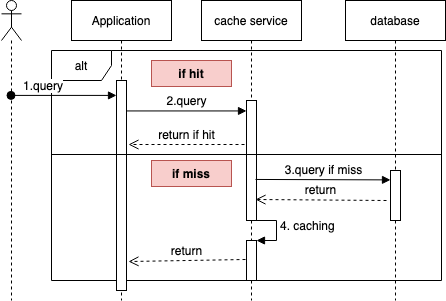
Before: cache-aside.png, a diagram exported from draw.io (GallantKong/diagram). Source tidied: cells renumbered, new cells last; positions are measured from the earlier drawing's top-left corner, leaving out a move shared by most shapes. The source it was exported from:
```xml
<mxGraphModel>
  <root>
    <mxCell id="0" />
    <mxCell id="1" parent="0" />
    <mxCell id="2" value="alt" style="shape=umlFrame;whiteSpace=wrap;html=1;" parent="1" vertex="1">
      <mxGeometry x="50" y="50" width="390" height="230" as="geometry" />
    </mxCell>
    <mxCell id="3" style="shape=umlLifeline;participant=umlActor;perimeter=lifelinePerimeter;whiteSpace=wrap;html=1;verticalAlign=top;spacingTop=36;outlineConnect=0;" parent="1" vertex="1">
      <mxGeometry width="20" height="300" as="geometry" />
    </mxCell>
    <mxCell id="4" value="Application" style="shape=umlLifeline;perimeter=lifelinePerimeter;whiteSpace=wrap;html=1;" parent="1" vertex="1">
      <mxGeometry x="70" width="100" height="300" as="geometry" />
    </mxCell>
    <mxCell id="5" style="html=1;points=[];perimeter=orthogonalPerimeter;" parent="4" vertex="1">
      <mxGeometry x="45" y="80" width="10" height="210" as="geometry" />
    </mxCell>
    <mxCell id="6" value="cache service" style="shape=umlLifeline;perimeter=lifelinePerimeter;whiteSpace=wrap;html=1;" parent="1" vertex="1">
      <mxGeometry x="200" width="100" height="300" as="geometry" />
    </mxCell>
    <mxCell id="7" style="html=1;points=[];perimeter=orthogonalPerimeter;" parent="6" vertex="1">
      <mxGeometry x="45" y="100" width="10" height="120" as="geometry" />
    </mxCell>
    <mxCell id="8" style="html=1;points=[];perimeter=orthogonalPerimeter;" parent="6" vertex="1">
      <mxGeometry x="45" y="240" width="10" height="40" as="geometry" />
    </mxCell>
    <mxCell id="9" value="4. caching" style="edgeStyle=orthogonalEdgeStyle;html=1;align=left;spacingLeft=2;endArrow=block;rounded=0;entryX=1;entryY=0;" parent="6" edge="1" target="8">
      <mxGeometry relative="1" as="geometry">
        <mxPoint x="45" y="220" as="sourcePoint" />
        <Array as="points">
          <mxPoint x="75" y="220" />
        </Array>
      </mxGeometry>
    </mxCell>
    <mxCell id="10" value="database" style="shape=umlLifeline;perimeter=lifelinePerimeter;whiteSpace=wrap;html=1;" parent="1" vertex="1">
      <mxGeometry x="344" width="100" height="300" as="geometry" />
    </mxCell>
    <mxCell id="11" style="html=1;points=[];perimeter=orthogonalPerimeter;" parent="10" vertex="1">
      <mxGeometry x="45" y="170" width="10" height="50" as="geometry" />
    </mxCell>
    <mxCell id="12" value="1.query" style="html=1;verticalAlign=bottom;startArrow=oval;endArrow=block;startSize=8;entryX=0;entryY=0.071;entryDx=0;entryDy=0;entryPerimeter=0;align=right;" parent="1" edge="1" source="3" target="5">
      <mxGeometry relative="1" as="geometry" />
    </mxCell>
    <mxCell id="13" value="2.query" style="html=1;verticalAlign=bottom;endArrow=block;entryX=0;entryY=0.087;entryDx=0;entryDy=0;entryPerimeter=0;" parent="1" edge="1" source="5" target="7">
      <mxGeometry relative="1" as="geometry" />
    </mxCell>
    <mxCell id="14" value="return if hit" style="html=1;verticalAlign=bottom;endArrow=open;dashed=1;endSize=8;" parent="1" edge="1">
      <mxGeometry relative="1" as="geometry">
        <mxPoint x="243" y="144" as="sourcePoint" />
        <mxPoint x="127" y="144" as="targetPoint" />
      </mxGeometry>
    </mxCell>
    <mxCell id="15" value="3.query if miss" style="html=1;verticalAlign=bottom;endArrow=block;entryX=0;entryY=0.188;entryDx=0;entryDy=0;entryPerimeter=0;exitX=0.9;exitY=0.658;exitDx=0;exitDy=0;exitPerimeter=0;" parent="1" edge="1" source="7" target="11">
      <mxGeometry relative="1" as="geometry" />
    </mxCell>
    <mxCell id="16" value="return" style="html=1;verticalAlign=bottom;endArrow=open;dashed=1;endSize=8;entryX=0.9;entryY=0.825;entryDx=0;entryDy=0;entryPerimeter=0;" parent="1" edge="1" target="7">
      <mxGeometry relative="1" as="geometry">
        <mxPoint x="385" y="200" as="sourcePoint" />
      </mxGeometry>
    </mxCell>
    <mxCell id="17" value="return" style="html=1;verticalAlign=bottom;endArrow=open;dashed=1;endSize=8;exitX=-0.1;exitY=0.475;exitDx=0;exitDy=0;exitPerimeter=0;entryX=1.2;entryY=0.862;entryDx=0;entryDy=0;entryPerimeter=0;" parent="1" edge="1" source="8" target="5">
      <mxGeometry relative="1" as="geometry" />
    </mxCell>
    <mxCell id="18" style="line;strokeWidth=1;fillColor=none;align=left;verticalAlign=middle;spacingTop=-1;spacingLeft=3;spacingRight=3;labelPosition=right;" parent="1" vertex="1">
      <mxGeometry x="50" y="150" width="390" height="8" as="geometry" />
    </mxCell>
    <mxCell id="19" value="if hit" style="text;align=center;fontStyle=1;verticalAlign=middle;spacingLeft=3;spacingRight=3;strokeColor=#b85450;fillColor=#f8cecc;" parent="1" vertex="1">
      <mxGeometry x="150" y="60" width="80" height="26" as="geometry" />
    </mxCell>
    <mxCell id="20" value="if miss" style="text;align=center;fontStyle=1;verticalAlign=middle;spacingLeft=3;spacingRight=3;strokeColor=#b85450;fillColor=#f8cecc;" parent="1" vertex="1">
      <mxGeometry x="150" y="160" width="80" height="26" as="geometry" />
    </mxCell>
  </root>
</mxGraphModel>
```
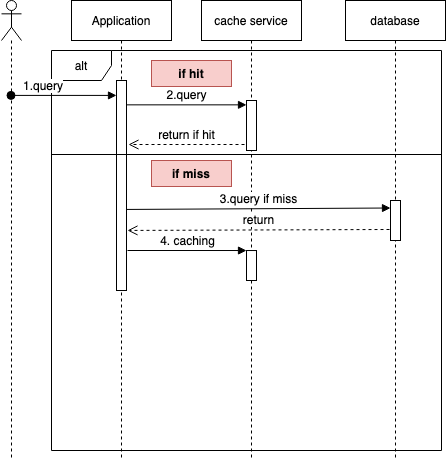
The same file after the commit.

Diff of the diagram source:
```diff
@@ -3,39 +3,31 @@
     <mxCell id="0" />
     <mxCell id="1" parent="0" />
     <mxCell id="2" value="alt" style="shape=umlFrame;whiteSpace=wrap;html=1;" parent="1" vertex="1">
-      <mxGeometry x="50" y="50" width="390" height="230" as="geometry" />
+      <mxGeometry x="50" y="50" width="390" height="400" as="geometry" />
     </mxCell>
     <mxCell id="3" style="shape=umlLifeline;participant=umlActor;perimeter=lifelinePerimeter;whiteSpace=wrap;html=1;verticalAlign=top;spacingTop=36;outlineConnect=0;" parent="1" vertex="1">
-      <mxGeometry width="20" height="300" as="geometry" />
+      <mxGeometry width="20" height="460" as="geometry" />
     </mxCell>
     <mxCell id="4" value="Application" style="shape=umlLifeline;perimeter=lifelinePerimeter;whiteSpace=wrap;html=1;" parent="1" vertex="1">
-      <mxGeometry x="70" width="100" height="300" as="geometry" />
+      <mxGeometry x="70" width="100" height="460" as="geometry" />
     </mxCell>
     <mxCell id="5" style="html=1;points=[];perimeter=orthogonalPerimeter;" parent="4" vertex="1">
       <mxGeometry x="45" y="80" width="10" height="210" as="geometry" />
     </mxCell>
     <mxCell id="6" value="cache service" style="shape=umlLifeline;perimeter=lifelinePerimeter;whiteSpace=wrap;html=1;" parent="1" vertex="1">
-      <mxGeometry x="200" width="100" height="300" as="geometry" />
+      <mxGeometry x="200" width="100" height="460" as="geometry" />
     </mxCell>
     <mxCell id="7" style="html=1;points=[];perimeter=orthogonalPerimeter;" parent="6" vertex="1">
-      <mxGeometry x="45" y="100" width="10" height="120" as="geometry" />
+      <mxGeometry x="45" y="100" width="10" height="50" as="geometry" />
     </mxCell>
-    <mxCell id="8" style="html=1;points=[];perimeter=orthogonalPerimeter;" parent="6" vertex="1">
-      <mxGeometry x="45" y="240" width="10" height="40" as="geometry" />
-    </mxCell>
-    <mxCell id="9" value="4. caching" style="edgeStyle=orthogonalEdgeStyle;html=1;align=left;spacingLeft=2;endArrow=block;rounded=0;entryX=1;entryY=0;" parent="6" edge="1" target="8">
-      <mxGeometry relative="1" as="geometry">
-        <mxPoint x="45" y="220" as="sourcePoint" />
-        <Array as="points">
-          <mxPoint x="75" y="220" />
-        </Array>
-      </mxGeometry>
-    </mxCell>
+    <mxCell id="21" style="html=1;points=[];perimeter=orthogonalPerimeter;" parent="6" vertex="1">
+      <mxGeometry x="45" y="250" width="10" height="30" as="geometry" />
+    </mxCell>
     <mxCell id="10" value="database" style="shape=umlLifeline;perimeter=lifelinePerimeter;whiteSpace=wrap;html=1;" parent="1" vertex="1">
-      <mxGeometry x="344" width="100" height="300" as="geometry" />
+      <mxGeometry x="344" width="100" height="460" as="geometry" />
     </mxCell>
     <mxCell id="11" style="html=1;points=[];perimeter=orthogonalPerimeter;" parent="10" vertex="1">
-      <mxGeometry x="45" y="170" width="10" height="50" as="geometry" />
+      <mxGeometry x="45" y="200" width="10" height="40" as="geometry" />
     </mxCell>
     <mxCell id="12" value="1.query" style="html=1;verticalAlign=bottom;startArrow=oval;endArrow=block;startSize=8;entryX=0;entryY=0.071;entryDx=0;entryDy=0;entryPerimeter=0;align=right;" parent="1" edge="1" source="3" target="5">
       <mxGeometry relative="1" as="geometry" />
@@ -49,17 +41,12 @@
         <mxPoint x="127" y="144" as="targetPoint" />
       </mxGeometry>
     </mxCell>
-    <mxCell id="15" value="3.query if miss" style="html=1;verticalAlign=bottom;endArrow=block;entryX=0;entryY=0.188;entryDx=0;entryDy=0;entryPerimeter=0;exitX=0.9;exitY=0.658;exitDx=0;exitDy=0;exitPerimeter=0;" parent="1" edge="1" source="7" target="11">
+    <mxCell id="15" value="3.query if miss" style="html=1;verticalAlign=bottom;endArrow=block;entryX=0;entryY=0.188;entryDx=0;entryDy=0;entryPerimeter=0;exitX=1;exitY=0.614;exitDx=0;exitDy=0;exitPerimeter=0;" parent="1" edge="1" source="5" target="11">
       <mxGeometry relative="1" as="geometry" />
     </mxCell>
-    <mxCell id="16" value="return" style="html=1;verticalAlign=bottom;endArrow=open;dashed=1;endSize=8;entryX=0.9;entryY=0.825;entryDx=0;entryDy=0;entryPerimeter=0;" parent="1" edge="1" target="7">
-      <mxGeometry relative="1" as="geometry">
-        <mxPoint x="385" y="200" as="sourcePoint" />
-      </mxGeometry>
+    <mxCell id="16" value="return" style="html=1;verticalAlign=bottom;endArrow=open;dashed=1;endSize=8;entryX=1.1;entryY=0.714;entryDx=0;entryDy=0;entryPerimeter=0;exitX=-0.1;exitY=0.725;exitDx=0;exitDy=0;exitPerimeter=0;" parent="1" edge="1" source="11" target="5">
+      <mxGeometry relative="1" as="geometry" />
     </mxCell>
-    <mxCell id="17" value="return" style="html=1;verticalAlign=bottom;endArrow=open;dashed=1;endSize=8;exitX=-0.1;exitY=0.475;exitDx=0;exitDy=0;exitPerimeter=0;entryX=1.2;entryY=0.862;entryDx=0;entryDy=0;entryPerimeter=0;" parent="1" edge="1" source="8" target="5">
-      <mxGeometry relative="1" as="geometry" />
-    </mxCell>
     <mxCell id="18" style="line;strokeWidth=1;fillColor=none;align=left;verticalAlign=middle;spacingTop=-1;spacingLeft=3;spacingRight=3;labelPosition=right;" parent="1" vertex="1">
       <mxGeometry x="50" y="150" width="390" height="8" as="geometry" />
     </mxCell>
@@ -69,5 +56,10 @@
     <mxCell id="20" value="if miss" style="text;align=center;fontStyle=1;verticalAlign=middle;spacingLeft=3;spacingRight=3;strokeColor=#b85450;fillColor=#f8cecc;" parent="1" vertex="1">
       <mxGeometry x="150" y="160" width="80" height="26" as="geometry" />
     </mxCell>
+    <mxCell id="9" value="4. caching" style="html=1;verticalAlign=bottom;startArrow=none;endArrow=block;startSize=8;exitX=1.1;exitY=0.857;exitDx=0;exitDy=0;exitPerimeter=0;startFill=0;" parent="1" edge="1" target="21">
+      <mxGeometry relative="1" as="geometry">
+        <mxPoint x="126" y="250" as="sourcePoint" />
+      </mxGeometry>
+    </mxCell>
   </root>
 </mxGraphModel>
```
